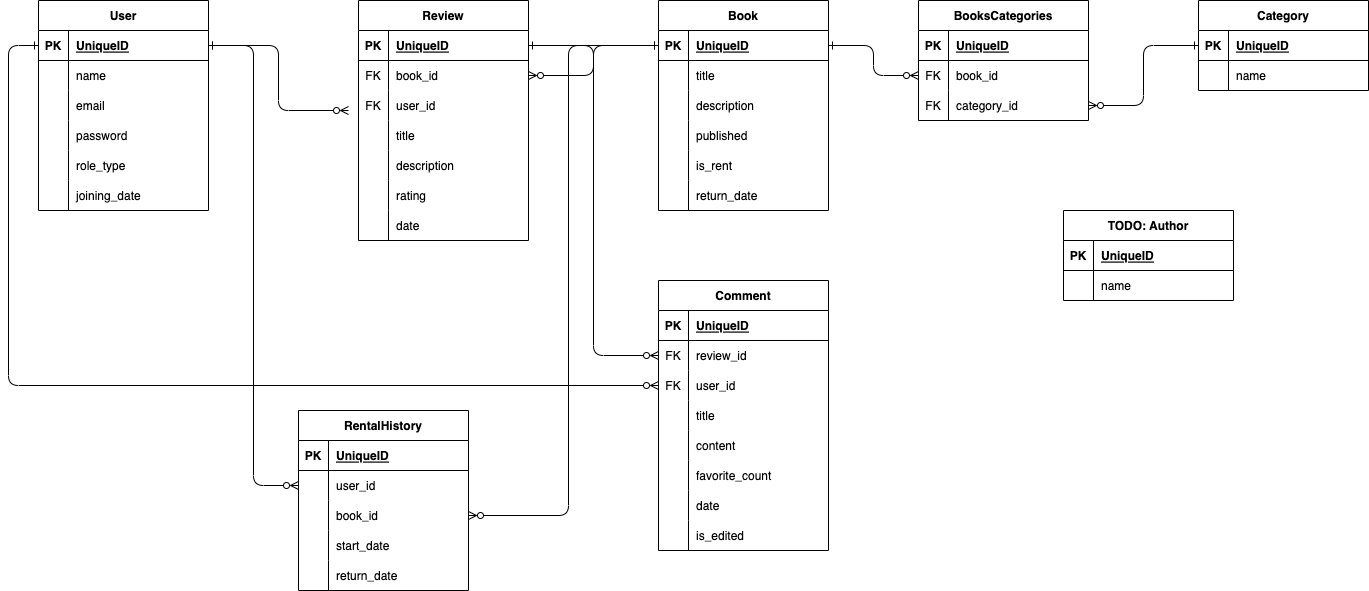
Before: docs/er.drawio.png, a diagram exported from draw.io (kiyotakeshi/library-ruby). Source tidied: cells renumbered, new cells last; positions are measured from the earlier drawing's top-left corner, leaving out a move shared by most shapes.
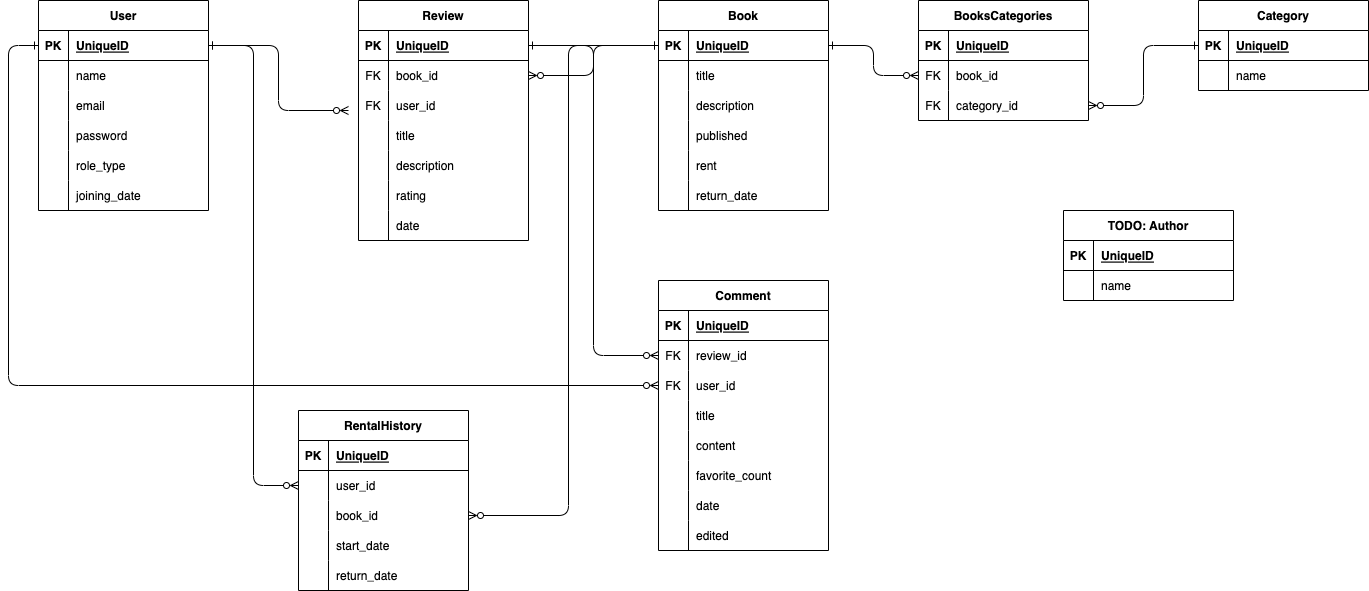
Later version of the same file.

What changed in the source:
```diff
@@ -104,7 +104,7 @@
     <mxCell id="35" style="shape=partialRectangle;fillColor=none;top=0;left=0;bottom=0;right=0;overflow=hidden;" parent="34" vertex="1">
       <mxGeometry width="30" height="30" as="geometry" />
     </mxCell>
-    <mxCell id="36" value="is_rent" style="shape=partialRectangle;fillColor=none;top=0;left=0;bottom=0;right=0;align=left;spacingLeft=6;overflow=hidden;" parent="34" vertex="1">
+    <mxCell id="36" value="rent" style="shape=partialRectangle;fillColor=none;top=0;left=0;bottom=0;right=0;align=left;spacingLeft=6;overflow=hidden;" parent="34" vertex="1">
       <mxGeometry x="30" width="140" height="30" as="geometry" />
     </mxCell>
     <mxCell id="37" style="shape=partialRectangle;fillColor=none;top=0;left=0;bottom=0;right=0;" parent="21" vertex="1">
@@ -317,7 +317,7 @@
     <mxCell id="104" style="shape=partialRectangle;fillColor=none;top=0;left=0;bottom=0;right=0;overflow=hidden;" parent="103" vertex="1">
       <mxGeometry width="30" height="30" as="geometry" />
     </mxCell>
-    <mxCell id="105" value="is_edited" style="shape=partialRectangle;fillColor=none;top=0;left=0;bottom=0;right=0;align=left;spacingLeft=6;overflow=hidden;" parent="103" vertex="1">
+    <mxCell id="105" value="edited" style="shape=partialRectangle;fillColor=none;top=0;left=0;bottom=0;right=0;align=left;spacingLeft=6;overflow=hidden;" parent="103" vertex="1">
       <mxGeometry x="30" width="140" height="30" as="geometry" />
     </mxCell>
     <mxCell id="106" style="edgeStyle=orthogonalEdgeStyle;html=1;entryX=0;entryY=0.5;entryDx=0;entryDy=0;startArrow=ERzeroToMany;startFill=0;endArrow=ERone;endFill=0;" parent="1" edge="1" source="x" target="85">
```
